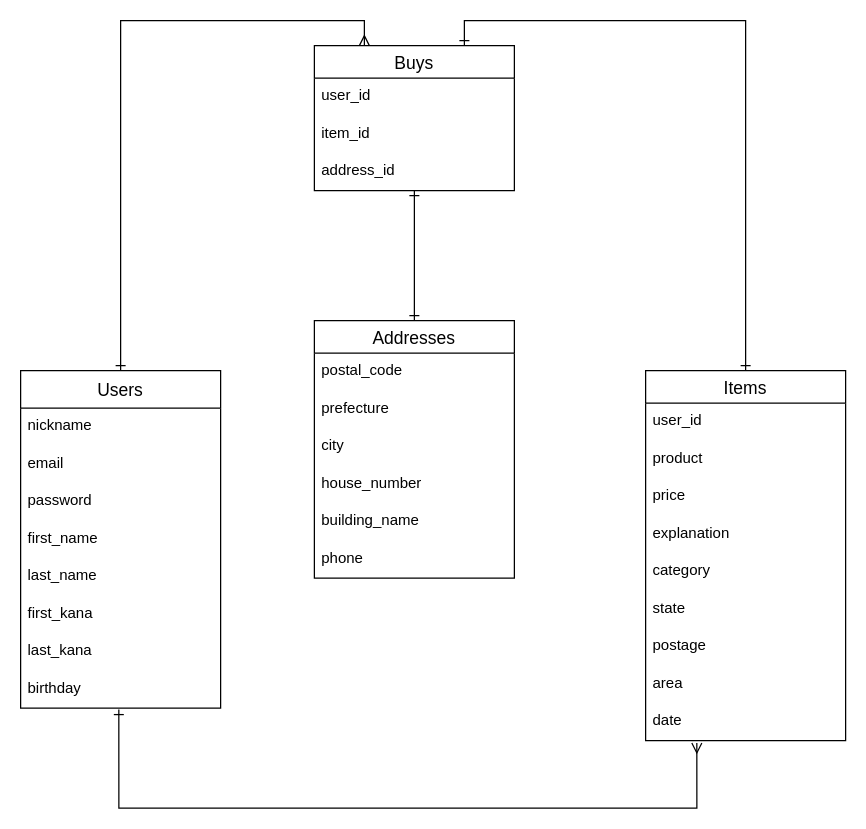
Earlier version of the draw.io diagram furima.dio (shotakawasaki0806/furima-33505). Source tidied: cells renumbered, new cells numbered last; positions are measured from the earlier drawing's top-left corner, leaving out a move shared by most shapes. Both pictures are drawn from the tidied source at 125%, with x=0, y=0 at pixel (20, 45).
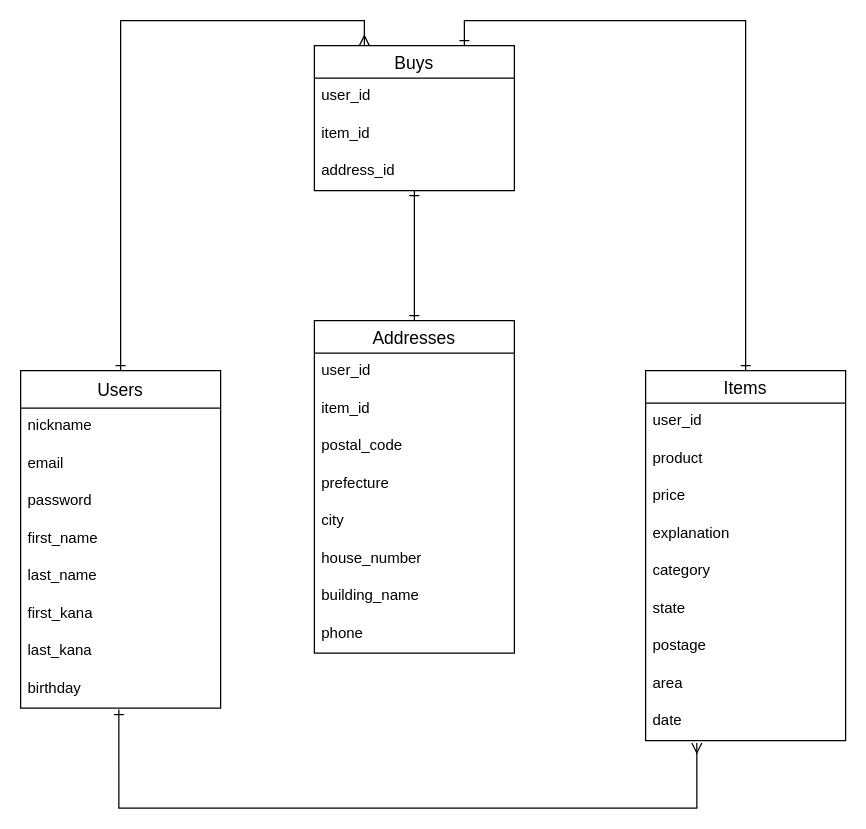
Above is the later version.

Commit message (it also covers changes not shown here):
データベース設計（３回目）

Change to the diagram source:
```diff
@@
     <mxCell id="29" value="Addresses" style="swimlane;fontStyle=0;horizontal=1;startSize=26;align=center;fontSize=14;" parent="1" vertex="1">
-      <mxGeometry x="235" y="220" width="160" height="206" as="geometry" />
+      <mxGeometry x="235" y="220" width="160" height="266" as="geometry" />
     </mxCell>
-    <mxCell id="30" value="postal_code" style="text;strokeColor=none;fillColor=none;spacingLeft=4;spacingRight=4;overflow=hidden;fontSize=12;" parent="29" vertex="1">
+    <mxCell id="30" value="user_id" style="text;strokeColor=none;fillColor=none;spacingLeft=4;spacingRight=4;overflow=hidden;fontSize=12;" parent="29" vertex="1">
       <mxGeometry y="26" width="160" height="30" as="geometry" />
     </mxCell>
+    <mxCell id="36" value="item_id" style="text;strokeColor=none;fillColor=none;spacingLeft=4;spacingRight=4;overflow=hidden;fontSize=12;" parent="29" vertex="1">
+      <mxGeometry y="56" width="160" height="30" as="geometry" />
+    </mxCell>
+    <mxCell id="37" value="postal_code" style="text;strokeColor=none;fillColor=none;spacingLeft=4;spacingRight=4;overflow=hidden;fontSize=12;" parent="29" vertex="1">
+      <mxGeometry y="86" width="160" height="30" as="geometry" />
+    </mxCell>
     <mxCell id="31" value="prefecture" style="text;strokeColor=none;fillColor=none;spacingLeft=4;spacingRight=4;overflow=hidden;fontSize=12;" parent="29" vertex="1">
-      <mxGeometry y="56" width="160" height="30" as="geometry" />
+      <mxGeometry y="116" width="160" height="30" as="geometry" />
     </mxCell>
     <mxCell id="32" value="city" style="text;strokeColor=none;fillColor=none;spacingLeft=4;spacingRight=4;overflow=hidden;fontSize=12;" parent="29" vertex="1">
-      <mxGeometry y="86" width="160" height="30" as="geometry" />
+      <mxGeometry y="146" width="160" height="30" as="geometry" />
     </mxCell>
     <mxCell id="33" value="house_number" style="text;strokeColor=none;fillColor=none;spacingLeft=4;spacingRight=4;overflow=hidden;fontSize=12;" parent="29" vertex="1">
-      <mxGeometry y="116" width="160" height="30" as="geometry" />
+      <mxGeometry y="176" width="160" height="30" as="geometry" />
     </mxCell>
     <mxCell id="34" value="building_name" style="text;strokeColor=none;fillColor=none;spacingLeft=4;spacingRight=4;overflow=hidden;fontSize=12;" parent="29" vertex="1">
-      <mxGeometry y="146" width="160" height="30" as="geometry" />
+      <mxGeometry y="206" width="160" height="30" as="geometry" />
     </mxCell>
     <mxCell id="35" value="phone" style="text;strokeColor=none;fillColor=none;spacingLeft=4;spacingRight=4;overflow=hidden;fontSize=12;" parent="29" vertex="1">
-      <mxGeometry y="176" width="160" height="30" as="geometry" />
+      <mxGeometry y="236" width="160" height="30" as="geometry" />
     </mxCell>
```
